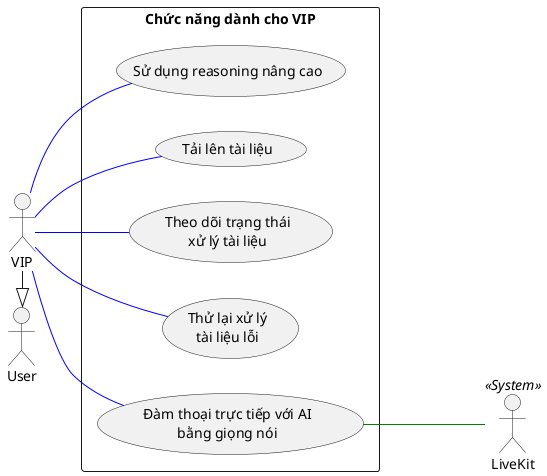
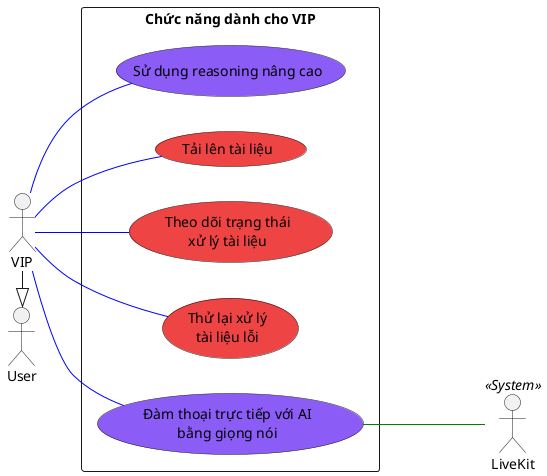
@startuml
left to right direction
skinparam packageStyle rectangle
skinparam shadowing false

actor "User" as User
actor "VIP" as VIP
actor "LiveKit" as LiveKit << System >>

VIP -|> User

rectangle "Chức năng dành cho VIP" {
-   usecase "Sử dụng reasoning nâng cao" as UC_AdvancedReasoning
-   usecase "Tải lên tài liệu" as UC_UploadDocument
-   usecase "Theo dõi trạng thái\nxử lý tài liệu" as UC_DocumentStatus
-   usecase "Thử lại xử lý\ntài liệu lỗi" as UC_RetryDocument
-   usecase "Đàm thoại trực tiếp với AI\nbằng giọng nói" as UC_VoiceChat
+   usecase "Sử dụng reasoning nâng cao" as UC_AdvancedReasoning #8b5cf6
+   usecase "Tải lên tài liệu" as UC_UploadDocument #ef4444
+   usecase "Theo dõi trạng thái\nxử lý tài liệu" as UC_DocumentStatus #ef4444
+   usecase "Thử lại xử lý\ntài liệu lỗi" as UC_RetryDocument #ef4444
+   usecase "Đàm thoại trực tiếp với AI\nbằng giọng nói" as UC_VoiceChat #8b5cf6
}

VIP -- UC_AdvancedReasoning #blue
VIP -- UC_VoiceChat #blue
VIP -- UC_UploadDocument #blue
VIP -- UC_DocumentStatus #blue
VIP -- UC_RetryDocument #blue

UC_VoiceChat --- LiveKit #green
@enduml
